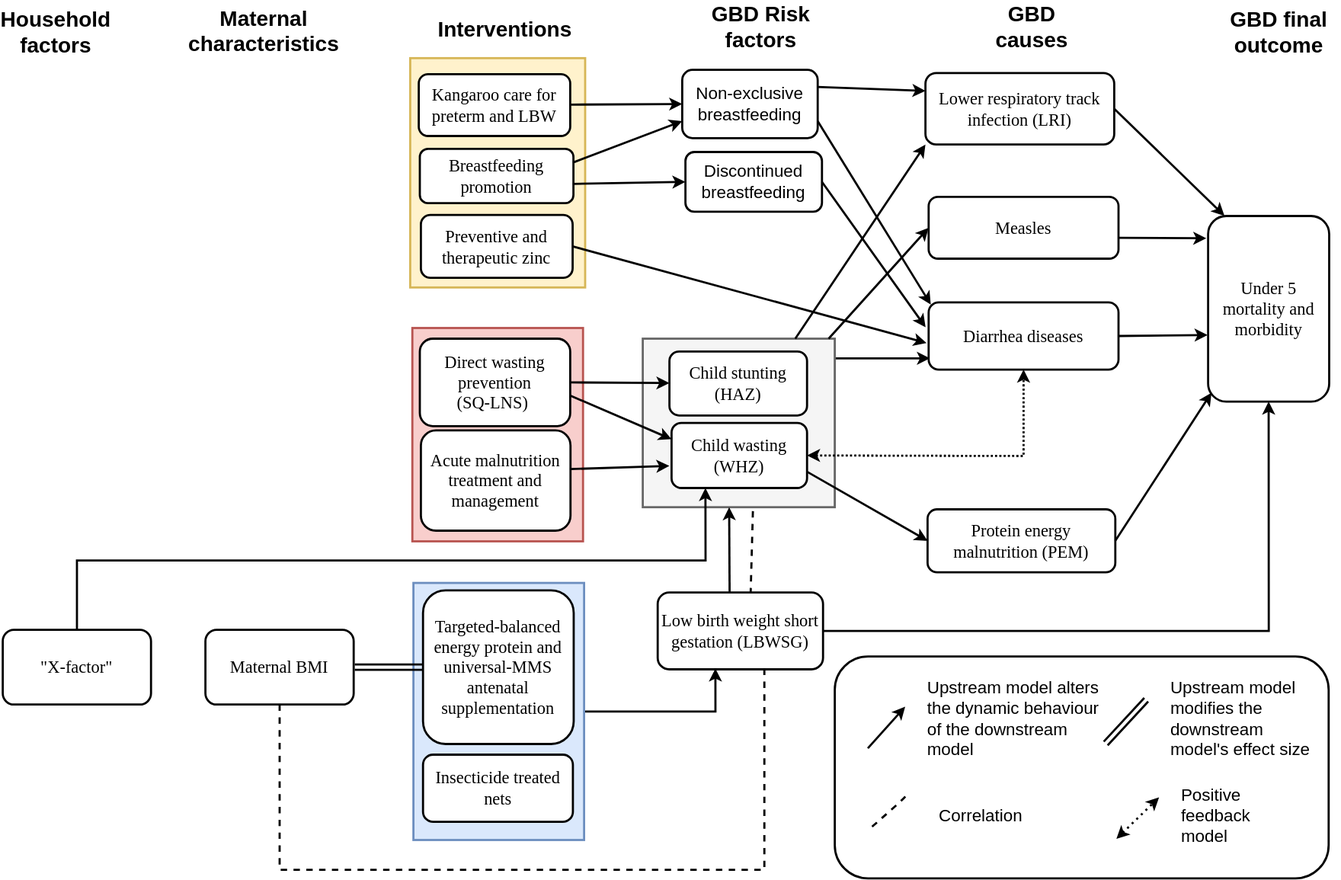
ihmeuw/vivarium_research keeps this draw.io diagram as docs/source/concept_models/vivarium_ciff_sam/am_concept_model_diagram.svg. Above is the earlier version. Source tidied: cells renumbered, new cells last; positions are measured from the earlier drawing's top-left corner, leaving out a move shared by most shapes.
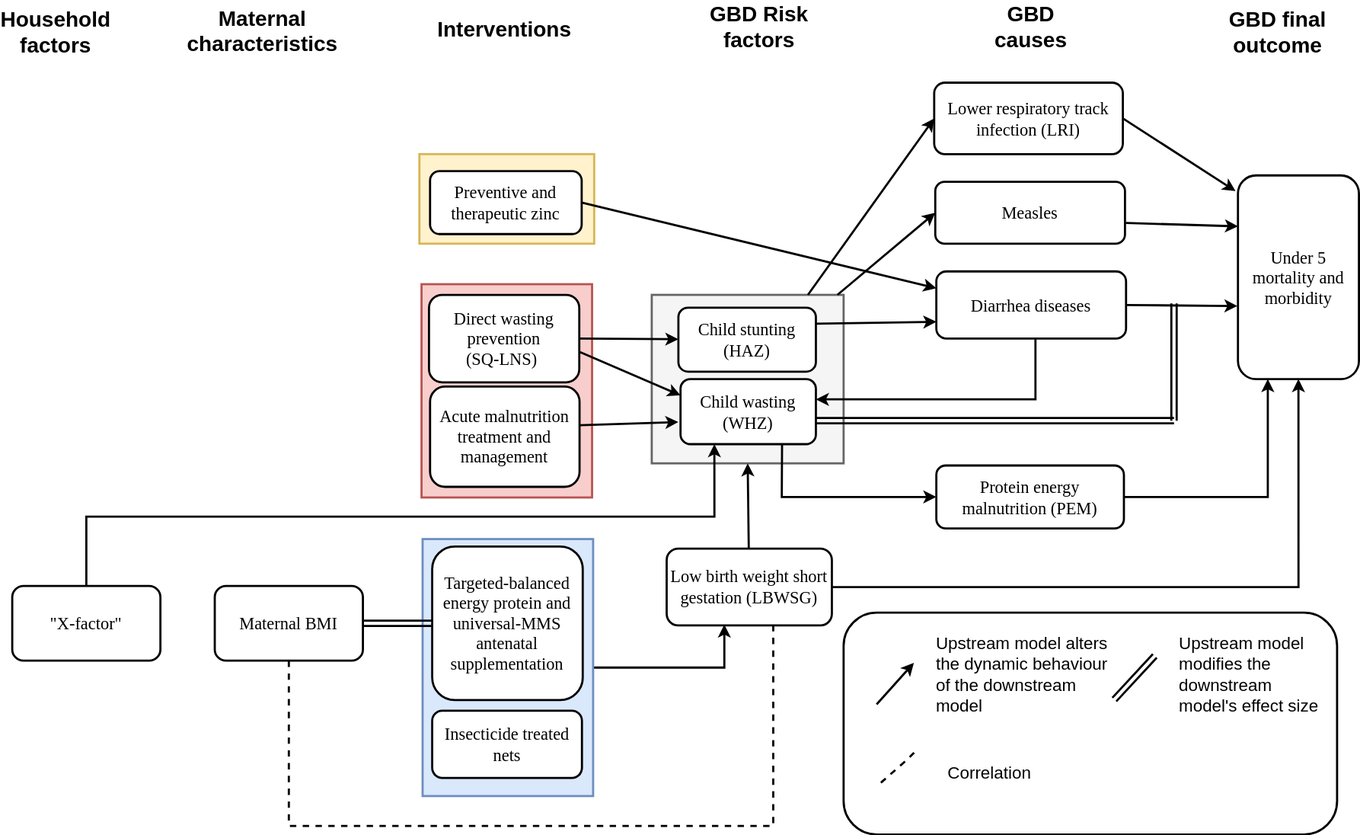
Later version of the same file.

Commit message:
update concept model scope

The edit, as a diff of the source:
```diff
@@ -2,9 +2,6 @@
   <root>
     <mxCell id="0" />
     <mxCell id="1" parent="0" />
-    <mxCell id="2" style="endArrow=classic;html=1;strokeWidth=2;fontSize=16;entryX=0.007;entryY=0.832;entryDx=0;entryDy=0;entryPerimeter=0;exitX=0.961;exitY=0.117;exitDx=0;exitDy=0;exitPerimeter=0;" parent="1" edge="1" source="5" target="58">
-      <mxGeometry relative="1" as="geometry" />
-    </mxCell>
     <mxCell id="3" style="rounded=1;whiteSpace=wrap;html=1;fontSize=16;strokeWidth=2;" parent="1" vertex="1">
       <mxGeometry x="780" y="601" width="463" height="208" as="geometry" />
     </mxCell>
@@ -21,7 +18,7 @@
       <mxGeometry x="600" y="303" width="180" height="158" as="geometry" />
     </mxCell>
     <mxCell id="6" style="rounded=0;whiteSpace=wrap;html=1;fontSize=16;strokeWidth=2;fillColor=#fff2cc;strokeColor=#d6b656;" parent="1" vertex="1">
-      <mxGeometry x="382" y="40" width="164" height="215" as="geometry" />
+      <mxGeometry x="382" y="171" width="164" height="84" as="geometry" />
     </mxCell>
     <mxCell id="7" style="rounded=0;whiteSpace=wrap;html=1;fontSize=16;strokeWidth=2;fillColor=#f8cecc;strokeColor=#b85450;" parent="1" vertex="1">
       <mxGeometry x="384" y="293" width="160" height="200" as="geometry" />
@@ -32,35 +29,50 @@
     <mxCell id="9" style="rounded=0;whiteSpace=wrap;html=1;fontSize=16;strokeWidth=2;fillColor=#dae8fc;strokeColor=#6c8ebf;" parent="1" vertex="1">
       <mxGeometry x="385" y="532" width="160" height="241" as="geometry" />
     </mxCell>
+    <mxCell id="25" style="edgeStyle=elbowEdgeStyle;rounded=0;jettySize=auto;html=1;exitX=0.75;exitY=1;exitDx=0;exitDy=0;entryX=0;entryY=0.5;entryDx=0;entryDy=0;strokeWidth=2;" parent="1" edge="1" source="10" target="12">
+      <mxGeometry relative="1" as="geometry">
+        <Array as="points">
+          <mxPoint x="722" y="471" />
+        </Array>
+      </mxGeometry>
+    </mxCell>
     <mxCell id="10" value="&lt;font style=&quot;font-size: 16px;&quot;&gt;Child wasting (WHZ)&lt;/font&gt;" style="rounded=1;whiteSpace=wrap;html=1;shadow=0;labelBackgroundColor=none;strokeWidth=2;fontFamily=Verdana;fontSize=16;align=center;" parent="1" vertex="1">
       <mxGeometry x="627" y="382" width="127" height="61" as="geometry" />
     </mxCell>
     <mxCell id="11" style="edgeStyle=orthogonalEdgeStyle;rounded=0;jettySize=auto;html=1;entryX=0.5;entryY=1;entryDx=0;entryDy=0;fontSize=16;strokeWidth=2;" parent="1" edge="1" source="65" target="15">
       <mxGeometry relative="1" as="geometry" />
     </mxCell>
+    <mxCell id="28" style="edgeStyle=elbowEdgeStyle;rounded=0;jettySize=auto;html=1;exitX=1;exitY=0.5;exitDx=0;exitDy=0;entryX=0.25;entryY=1;entryDx=0;entryDy=0;strokeWidth=2;" parent="1" edge="1" source="12" target="15">
+      <mxGeometry relative="1" as="geometry">
+        <Array as="points">
+          <mxPoint x="1178" y="421" />
+          <mxPoint x="1170" y="431" />
+        </Array>
+      </mxGeometry>
+    </mxCell>
     <mxCell id="12" value="&lt;font face=&quot;Verdana&quot; style=&quot;font-size: 16px;&quot;&gt;&lt;span style=&quot;font-size: 16px;&quot;&gt;Protein energy malnutrition&amp;nbsp;(PEM)&lt;/span&gt;&lt;/font&gt;" style="rounded=1;whiteSpace=wrap;html=1;fontSize=16;strokeWidth=2;" parent="1" vertex="1">
       <mxGeometry x="867" y="463" width="176" height="59" as="geometry" />
     </mxCell>
     <mxCell id="13" value="&lt;font style=&quot;font-size: 16px;&quot; face=&quot;Verdana&quot;&gt;Measles&lt;/font&gt;" style="rounded=1;whiteSpace=wrap;html=1;fontSize=16;strokeWidth=2;" parent="1" vertex="1">
-      <mxGeometry x="868" y="170" width="178" height="58" as="geometry" />
+      <mxGeometry x="866" y="197" width="178" height="58" as="geometry" />
     </mxCell>
     <mxCell id="14" value="&lt;font style=&quot;font-size: 16px;&quot; face=&quot;Verdana&quot;&gt;Lower respiratory track infection (LRI)&lt;/font&gt;" style="rounded=1;whiteSpace=wrap;html=1;fontSize=16;strokeWidth=2;" parent="1" vertex="1">
-      <mxGeometry x="865" y="54" width="177" height="67" as="geometry" />
+      <mxGeometry x="865" y="104" width="177" height="67" as="geometry" />
     </mxCell>
     <mxCell id="15" value="&lt;font face=&quot;Verdana&quot; style=&quot;font-size: 16px;&quot;&gt;Under 5 mortality and morbidity&lt;/font&gt;" style="rounded=1;whiteSpace=wrap;html=1;fontSize=16;strokeWidth=2;" parent="1" vertex="1">
-      <mxGeometry x="1130" y="188" width="113.5" height="174" as="geometry" />
+      <mxGeometry x="1150" y="191" width="113.5" height="191" as="geometry" />
     </mxCell>
     <mxCell id="16" value="Interventions" style="text;html=1;align=center;verticalAlign=middle;whiteSpace=wrap;rounded=0;strokeWidth=2;fontSize=20;fontStyle=1;" parent="1" vertex="1">
-      <mxGeometry x="451" y="2" width="40" height="20" as="geometry" />
+      <mxGeometry x="441.5" y="43" width="40" height="20" as="geometry" />
     </mxCell>
     <mxCell id="17" value="GBD Risk factors" style="text;html=1;align=center;verticalAlign=middle;whiteSpace=wrap;rounded=0;strokeWidth=2;fontSize=20;fontStyle=1;" parent="1" vertex="1">
-      <mxGeometry x="662.5" width="96" height="20" as="geometry" />
+      <mxGeometry x="653" y="41" width="96" height="20" as="geometry" />
     </mxCell>
     <mxCell id="18" value="GBD causes" style="text;html=1;align=center;verticalAlign=middle;whiteSpace=wrap;rounded=0;strokeWidth=2;fontSize=20;fontStyle=1;" parent="1" vertex="1">
-      <mxGeometry x="918" width="93.5" height="20" as="geometry" />
+      <mxGeometry x="908.5" y="41" width="93.5" height="20" as="geometry" />
     </mxCell>
     <mxCell id="19" value="GBD final outcome" style="text;html=1;align=center;verticalAlign=middle;whiteSpace=wrap;rounded=0;strokeWidth=2;fontSize=20;fontStyle=1;" parent="1" vertex="1">
-      <mxGeometry x="1140" y="5" width="113" height="20" as="geometry" />
+      <mxGeometry x="1130.5" y="46" width="113" height="20" as="geometry" />
     </mxCell>
     <mxCell id="20" style="endArrow=classic;html=1;strokeWidth=2;fontSize=16;" parent="1" edge="1">
       <mxGeometry relative="1" as="geometry">
@@ -77,29 +89,18 @@
     <mxCell id="23" value="&lt;font style=&quot;font-size: 16px;&quot;&gt;Child stunting&lt;br style=&quot;font-size: 16px;&quot;&gt;(HAZ)&lt;/font&gt;" style="rounded=1;whiteSpace=wrap;html=1;shadow=0;labelBackgroundColor=none;strokeWidth=2;fontFamily=Verdana;fontSize=16;align=center;" parent="1" vertex="1">
       <mxGeometry x="625" y="315" width="129" height="60" as="geometry" />
     </mxCell>
-    <mxCell id="24" style="endArrow=classic;html=1;fontSize=16;strokeWidth=2;exitX=0.435;exitY=0.023;exitDx=0;exitDy=0;exitPerimeter=0;" parent="1" edge="1" source="65">
-      <mxGeometry relative="1" as="geometry">
-        <mxPoint x="681" y="461" as="targetPoint" />
-      </mxGeometry>
+    <mxCell id="24" style="endArrow=classic;html=1;fontSize=16;strokeWidth=2;entryX=0.5;entryY=1;entryDx=0;entryDy=0;" parent="1" edge="1" source="65" target="5">
+      <mxGeometry relative="1" as="geometry" />
     </mxCell>
-    <mxCell id="25" style="endArrow=classic;html=1;entryX=0;entryY=0.5;entryDx=0;entryDy=0;fontSize=16;strokeWidth=2;exitX=1;exitY=0.75;exitDx=0;exitDy=0;" parent="1" edge="1" source="10" target="12">
-      <mxGeometry relative="1" as="geometry" />
-    </mxCell>
-    <mxCell id="26" style="endArrow=classic;html=1;entryX=0.135;entryY=-0.001;entryDx=0;entryDy=0;exitX=1;exitY=0.5;exitDx=0;exitDy=0;entryPerimeter=0;fontSize=16;strokeWidth=2;" parent="1" edge="1" source="14" target="15">
+    <mxCell id="26" style="endArrow=classic;html=1;exitX=1;exitY=0.5;exitDx=0;exitDy=0;fontSize=16;strokeWidth=2;entryX=-0.02;entryY=0.077;entryDx=0;entryDy=0;entryPerimeter=0;" parent="1" edge="1" source="14" target="15">
       <mxGeometry relative="1" as="geometry" />
     </mxCell>
-    <mxCell id="27" style="endArrow=classic;html=1;entryX=-0.015;entryY=0.12;entryDx=0;entryDy=0;entryPerimeter=0;fontSize=16;strokeWidth=2;exitX=1.004;exitY=0.664;exitDx=0;exitDy=0;exitPerimeter=0;" parent="1" edge="1" source="13" target="15">
+    <mxCell id="27" style="endArrow=classic;html=1;entryX=0;entryY=0.25;entryDx=0;entryDy=0;fontSize=16;strokeWidth=2;exitX=1.004;exitY=0.664;exitDx=0;exitDy=0;exitPerimeter=0;" parent="1" edge="1" source="13" target="15">
       <mxGeometry relative="1" as="geometry" />
     </mxCell>
-    <mxCell id="28" style="endArrow=classic;html=1;exitX=1;exitY=0.5;exitDx=0;exitDy=0;fontSize=16;strokeWidth=2;entryX=0.028;entryY=0.952;entryDx=0;entryDy=0;entryPerimeter=0;" parent="1" edge="1" source="12" target="15">
-      <mxGeometry relative="1" as="geometry" />
-    </mxCell>
     <mxCell id="29" value="Upstream model alters the dynamic behaviour of the downstream model" style="text;html=1;align=left;verticalAlign=middle;whiteSpace=wrap;rounded=0;fontSize=16;strokeWidth=2;" parent="1" vertex="1">
       <mxGeometry x="865" y="619" width="169" height="79" as="geometry" />
     </mxCell>
-    <mxCell id="30" value="Positive feedback model" style="text;html=1;align=left;verticalAlign=middle;whiteSpace=wrap;rounded=0;fontSize=16;strokeWidth=2;" parent="1" vertex="1">
-      <mxGeometry x="1103" y="740.5" width="40" height="20" as="geometry" />
-    </mxCell>
     <mxCell id="31" value="&lt;span style=&quot;font-size: 16px;&quot;&gt;Acute malnutrition treatment and management&lt;/span&gt;" style="rounded=1;whiteSpace=wrap;html=1;shadow=0;labelBackgroundColor=none;strokeWidth=2;fontFamily=Verdana;fontSize=16;align=center;" parent="1" vertex="1">
       <mxGeometry x="392" y="389" width="140.2" height="94" as="geometry" />
     </mxCell>
@@ -110,7 +111,7 @@
       <mxGeometry x="190" y="576" width="139" height="70" as="geometry" />
     </mxCell>
     <mxCell id="34" value="Maternal characteristics" style="text;html=1;align=center;verticalAlign=middle;whiteSpace=wrap;rounded=0;strokeWidth=2;fontSize=20;fontStyle=1;" parent="1" vertex="1">
-      <mxGeometry x="224.5" y="4" width="40" height="20" as="geometry" />
+      <mxGeometry x="215" y="45" width="40" height="20" as="geometry" />
     </mxCell>
     <mxCell id="35" style="shape=link;html=1;entryX=0;entryY=0.5;entryDx=0;entryDy=0;fontSize=16;strokeWidth=2;" parent="1" edge="1" target="22">
       <mxGeometry relative="1" as="geometry">
@@ -129,12 +130,6 @@
     <mxCell id="38" style="endArrow=classic;html=1;exitX=0.992;exitY=0.645;exitDx=0;exitDy=0;entryX=0;entryY=0.25;entryDx=0;entryDy=0;fontSize=16;strokeWidth=2;exitPerimeter=0;" parent="1" edge="1" source="42" target="10">
       <mxGeometry relative="1" as="geometry" />
     </mxCell>
-    <mxCell id="39" value="&lt;font style=&quot;font-size: 16px;&quot;&gt;Non-exclusive breastfeeding&lt;/font&gt;" style="rounded=1;whiteSpace=wrap;html=1;fontSize=16;strokeWidth=2;" parent="1" vertex="1">
-      <mxGeometry x="637" y="51" width="127" height="64" as="geometry" />
-    </mxCell>
-    <mxCell id="40" value="&lt;font style=&quot;font-size: 16px;&quot;&gt;Discontinued breastfeeding&lt;/font&gt;" style="rounded=1;whiteSpace=wrap;html=1;fontSize=16;strokeWidth=2;" parent="1" vertex="1">
-      <mxGeometry x="640" y="128" width="128" height="56" as="geometry" />
-    </mxCell>
     <mxCell id="41" value="&lt;font style=&quot;font-size: 16px;&quot;&gt;Insecticide treated nets&lt;/font&gt;" style="rounded=1;whiteSpace=wrap;html=1;shadow=0;labelBackgroundColor=none;strokeWidth=2;fontFamily=Verdana;fontSize=16;align=center;" parent="1" vertex="1">
       <mxGeometry x="394" y="693" width="140.5" height="63" as="geometry" />
     </mxCell>
@@ -147,65 +142,32 @@
     <mxCell id="44" style="endArrow=classic;html=1;exitX=1;exitY=0.5;exitDx=0;exitDy=0;fontSize=16;strokeWidth=2;" parent="1" edge="1" source="42" target="23">
       <mxGeometry relative="1" as="geometry" />
     </mxCell>
-    <mxCell id="45" style="endArrow=classic;html=1;strokeWidth=2;exitX=1;exitY=0.25;exitDx=0;exitDy=0;entryX=0;entryY=0.75;entryDx=0;entryDy=0;fontSize=16;" parent="1" edge="1" source="48" target="39">
-      <mxGeometry relative="1" as="geometry" />
-    </mxCell>
-    <mxCell id="46" style="endArrow=classic;html=1;strokeWidth=2;entryX=0;entryY=0.5;entryDx=0;entryDy=0;fontSize=16;exitX=0.997;exitY=0.644;exitDx=0;exitDy=0;exitPerimeter=0;" parent="1" edge="1" source="48" target="40">
-      <mxGeometry relative="1" as="geometry" />
-    </mxCell>
     <mxCell id="47" value="&lt;span style=&quot;font-size: 16px;&quot;&gt;Preventive and therapeutic zinc&lt;/span&gt;" style="rounded=1;whiteSpace=wrap;html=1;shadow=0;labelBackgroundColor=none;strokeWidth=2;fontFamily=Verdana;fontSize=16;align=center;" parent="1" vertex="1">
       <mxGeometry x="392" y="187" width="142.2" height="59" as="geometry" />
     </mxCell>
-    <mxCell id="48" value="&lt;span style=&quot;font-size: 16px;&quot;&gt;Breastfeeding promotion&lt;/span&gt;" style="rounded=1;whiteSpace=wrap;html=1;shadow=0;labelBackgroundColor=none;strokeWidth=2;fontFamily=Verdana;fontSize=16;align=center;" parent="1" vertex="1">
-      <mxGeometry x="391" y="125" width="144" height="51" as="geometry" />
-    </mxCell>
-    <mxCell id="49" style="endArrow=classic;html=1;fontSize=16;strokeWidth=2;entryX=0;entryY=0.25;entryDx=0;entryDy=0;exitX=1;exitY=0.25;exitDx=0;exitDy=0;" parent="1" edge="1" source="39" target="14">
-      <mxGeometry relative="1" as="geometry" />
-    </mxCell>
-    <mxCell id="50" style="endArrow=classic;html=1;fontSize=16;strokeWidth=2;exitX=1;exitY=0.75;exitDx=0;exitDy=0;" parent="1" edge="1" source="39">
-      <mxGeometry relative="1" as="geometry">
-        <mxPoint x="870" y="271" as="targetPoint" />
-      </mxGeometry>
-    </mxCell>
-    <mxCell id="51" style="endArrow=classic;html=1;exitX=1;exitY=0.5;exitDx=0;exitDy=0;entryX=-0.016;entryY=0.37;entryDx=0;entryDy=0;fontSize=16;strokeWidth=2;entryPerimeter=0;" parent="1" edge="1" source="40" target="58">
-      <mxGeometry relative="1" as="geometry" />
-    </mxCell>
-    <mxCell id="52" style="endArrow=classic;html=1;exitX=1;exitY=0.5;exitDx=0;exitDy=0;entryX=-0.011;entryY=0.604;entryDx=0;entryDy=0;fontSize=16;strokeWidth=2;entryPerimeter=0;" parent="1" edge="1" source="47" target="58">
+    <mxCell id="52" style="endArrow=classic;html=1;exitX=1;exitY=0.5;exitDx=0;exitDy=0;entryX=0;entryY=0.25;entryDx=0;entryDy=0;fontSize=16;strokeWidth=2;" parent="1" edge="1" source="47" target="58">
       <mxGeometry relative="1" as="geometry" />
     </mxCell>
-    <mxCell id="53" style="endArrow=classic;html=1;strokeWidth=2;fontSize=16;entryX=0;entryY=1;entryDx=0;entryDy=0;" parent="1" edge="1" source="5" target="14">
+    <mxCell id="53" style="endArrow=classic;html=1;strokeWidth=2;fontSize=16;entryX=0;entryY=0.5;entryDx=0;entryDy=0;" parent="1" edge="1" source="5" target="14">
       <mxGeometry relative="1" as="geometry" />
     </mxCell>
     <mxCell id="54" style="endArrow=classic;html=1;strokeWidth=2;entryX=0;entryY=0.5;entryDx=0;entryDy=0;exitX=0.968;exitY=0;exitDx=0;exitDy=0;exitPerimeter=0;fontSize=16;" parent="1" edge="1" source="5" target="13">
       <mxGeometry relative="1" as="geometry" />
     </mxCell>
-    <mxCell id="55" style="endArrow=classic;startArrow=classic;html=1;strokeWidth=2;fontSize=16;dashed=1;dashPattern=1 2;" parent="1" edge="1">
-      <mxGeometry relative="1" as="geometry">
-        <mxPoint x="1044" y="772" as="sourcePoint" />
-        <mxPoint x="1084" y="733" as="targetPoint" />
-      </mxGeometry>
-    </mxCell>
-    <mxCell id="56" value="&lt;span style=&quot;font-size: 16px;&quot;&gt;Kangaroo care for preterm and LBW&lt;/span&gt;" style="rounded=1;whiteSpace=wrap;html=1;shadow=0;labelBackgroundColor=none;strokeWidth=2;fontFamily=Verdana;fontSize=16;align=center;" parent="1" vertex="1">
-      <mxGeometry x="390" y="55" width="142" height="58" as="geometry" />
-    </mxCell>
-    <mxCell id="57" style="endArrow=classic;html=1;shadow=0;strokeWidth=2;entryX=0;entryY=0.5;entryDx=0;entryDy=0;fontSize=16;" parent="1" edge="1" source="56" target="39">
-      <mxGeometry relative="1" as="geometry" />
-    </mxCell>
+    <mxCell id="66" style="edgeStyle=orthogonalEdgeStyle;rounded=0;jettySize=auto;html=1;strokeWidth=2;" parent="1" edge="1" source="58">
+      <mxGeometry relative="1" as="geometry">
+        <mxPoint x="754" y="401" as="targetPoint" />
+        <Array as="points">
+          <mxPoint x="960" y="401" />
+          <mxPoint x="754" y="401" />
+        </Array>
+      </mxGeometry>
+    </mxCell>
     <mxCell id="58" value="&lt;font style=&quot;font-size: 16px;&quot; face=&quot;Verdana&quot;&gt;Diarrhea diseases&lt;/font&gt;" style="rounded=1;whiteSpace=wrap;html=1;fontSize=16;strokeWidth=2;" parent="1" vertex="1">
-      <mxGeometry x="868" y="269" width="178" height="63" as="geometry" />
+      <mxGeometry x="867" y="281" width="178" height="63" as="geometry" />
     </mxCell>
-    <mxCell id="59" style="endArrow=classic;startArrow=classic;html=1;strokeWidth=2;startFill=1;jumpSize=8;targetPerimeterSpacing=0;sourcePerimeterSpacing=0;exitX=1;exitY=0.5;exitDx=0;exitDy=0;rounded=0;shadow=0;entryX=0.5;entryY=1;entryDx=0;entryDy=0;fontSize=16;dashed=1;dashPattern=1 1;endFill=1;" parent="1" edge="1" source="10" target="58">
-      <mxGeometry relative="1" as="geometry">
-        <Array as="points">
-          <mxPoint x="957" y="413" />
-        </Array>
-      </mxGeometry>
-    </mxCell>
-    <mxCell id="60" style="endArrow=none;dashed=1;html=1;entryX=0.574;entryY=1.006;entryDx=0;entryDy=0;entryPerimeter=0;fontSize=16;strokeWidth=2;rounded=0;exitX=0.562;exitY=0.023;exitDx=0;exitDy=0;exitPerimeter=0;" parent="1" edge="1" source="65" target="5">
-      <mxGeometry relative="1" as="geometry" />
-    </mxCell>
     <mxCell id="61" value="Household factors" style="text;html=1;align=center;verticalAlign=middle;whiteSpace=wrap;rounded=0;strokeWidth=2;fontSize=20;fontStyle=1;" parent="1" vertex="1">
-      <mxGeometry x="30" y="5" width="40" height="20" as="geometry" />
+      <mxGeometry x="20.5" y="46" width="40" height="20" as="geometry" />
     </mxCell>
     <mxCell id="62" style="edgeStyle=orthogonalEdgeStyle;rounded=0;jettySize=auto;html=1;entryX=0.25;entryY=1;entryDx=0;entryDy=0;fontSize=16;strokeWidth=2;" parent="1" edge="1" source="63" target="10">
       <mxGeometry relative="1" as="geometry">
@@ -230,5 +192,20 @@
     <mxCell id="65" value="&lt;font style=&quot;font-size: 16px;&quot;&gt;Low birth weight short gestation (LBWSG)&lt;/font&gt;" style="rounded=1;whiteSpace=wrap;html=1;shadow=0;labelBackgroundColor=none;strokeWidth=2;fontFamily=Verdana;fontSize=16;align=center;" parent="1" vertex="1">
       <mxGeometry x="614" y="541" width="155" height="72" as="geometry" />
     </mxCell>
+    <mxCell id="2" style="endArrow=classic;html=1;strokeWidth=2;fontSize=16;entryX=0;entryY=0.75;entryDx=0;entryDy=0;exitX=1;exitY=0.25;exitDx=0;exitDy=0;" parent="1" edge="1" source="23" target="58">
+      <mxGeometry relative="1" as="geometry" />
+    </mxCell>
+    <mxCell id="67" style="shape=link;html=1;fontSize=16;strokeWidth=2;" parent="1" edge="1">
+      <mxGeometry relative="1" as="geometry">
+        <mxPoint x="754" y="421" as="sourcePoint" />
+        <mxPoint x="1090" y="421" as="targetPoint" />
+      </mxGeometry>
+    </mxCell>
+    <mxCell id="68" style="shape=link;html=1;fontSize=16;strokeWidth=2;" parent="1" edge="1">
+      <mxGeometry relative="1" as="geometry">
+        <mxPoint x="1090" y="421" as="sourcePoint" />
+        <mxPoint x="1090" y="311" as="targetPoint" />
+      </mxGeometry>
+    </mxCell>
   </root>
 </mxGraphModel>
```
